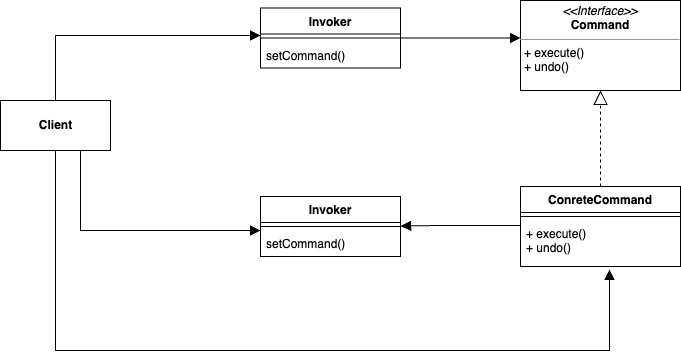
This is content/blog/design-pattern/command-pattern/command-pattern.png from stalker5217/gatsby-stalker5217, a draw.io export, as it was before one commit. Source tidied: cells renumbered, new cells last; positions are measured from the earlier drawing's top-left corner, leaving out a move shared by most shapes. Source of this version:
```xml
<mxGraphModel>
  <root>
    <mxCell id="0" />
    <mxCell id="1" parent="0" />
    <mxCell id="2" style="edgeStyle=orthogonalEdgeStyle;rounded=0;jettySize=auto;html=1;entryX=0;entryY=-0.154;entryDx=0;entryDy=0;entryPerimeter=0;endArrow=block;endFill=1;endSize=8;" parent="1" edge="1" source="3">
      <mxGeometry relative="1" as="geometry">
        <mxPoint x="520" y="37.5" as="targetPoint" />
      </mxGeometry>
    </mxCell>
    <mxCell id="3" value="Invoker" style="swimlane;fontStyle=1;align=center;verticalAlign=top;horizontal=1;startSize=26;" parent="1" vertex="1">
      <mxGeometry x="260" y="7.5" width="140" height="60" as="geometry" />
    </mxCell>
    <mxCell id="4" style="line;strokeWidth=1;fillColor=none;align=left;verticalAlign=middle;spacingTop=-1;spacingLeft=3;spacingRight=3;labelPosition=right;points=[];portConstraint=eastwest;" parent="3" vertex="1">
      <mxGeometry y="26" width="140" height="8" as="geometry" />
    </mxCell>
    <mxCell id="5" value="setCommand()" style="text;strokeColor=none;fillColor=none;align=left;verticalAlign=top;spacingLeft=4;spacingRight=4;overflow=hidden;" parent="3" vertex="1">
      <mxGeometry y="34" width="140" height="26" as="geometry" />
    </mxCell>
    <mxCell id="6" style="edgeStyle=orthogonalEdgeStyle;rounded=0;jettySize=auto;html=1;entryX=0.5;entryY=1;entryDx=0;entryDy=0;endArrow=block;endFill=0;endSize=12;dashed=1;" parent="1" edge="1" source="7" target="10">
      <mxGeometry relative="1" as="geometry" />
    </mxCell>
    <mxCell id="7" value="ConreteCommand" style="swimlane;fontStyle=1;align=center;verticalAlign=top;horizontal=1;startSize=26;" parent="1" vertex="1">
      <mxGeometry x="520" y="186" width="160" height="80" as="geometry" />
    </mxCell>
    <mxCell id="8" style="line;strokeWidth=1;fillColor=none;align=left;verticalAlign=middle;spacingTop=-1;spacingLeft=3;spacingRight=3;labelPosition=right;" parent="7" vertex="1">
      <mxGeometry y="26" width="160" height="8" as="geometry" />
    </mxCell>
    <mxCell id="9" value="+ execute()&#10;+ undo()" style="text;strokeColor=none;fillColor=none;align=left;verticalAlign=top;spacingLeft=4;spacingRight=4;overflow=hidden;points=[[0,0.5],[1,0.5]];portConstraint=eastwest;" parent="7" vertex="1">
      <mxGeometry y="34" width="160" height="46" as="geometry" />
    </mxCell>
    <mxCell id="10" value="&lt;p style=&quot;margin:0px;margin-top:4px;text-align:center;&quot;&gt;&lt;i&gt;&amp;lt;&amp;lt;Interface&amp;gt;&amp;gt;&lt;/i&gt;&lt;br&gt;&lt;b&gt;Command&lt;/b&gt;&lt;/p&gt;&lt;hr size=&quot;1&quot;&gt;&lt;p style=&quot;margin:0px;margin-left:4px;&quot;&gt;+ execute()&lt;/p&gt;&lt;p style=&quot;margin:0px;margin-left:4px;&quot;&gt;+ undo()&lt;/p&gt;" style="verticalAlign=top;align=left;overflow=fill;fontSize=12;fontFamily=Helvetica;html=1;" parent="1" vertex="1">
      <mxGeometry x="520" width="160" height="90" as="geometry" />
    </mxCell>
    <mxCell id="11" value="Invoker" style="swimlane;fontStyle=1;align=center;verticalAlign=top;horizontal=1;startSize=26;" parent="1" vertex="1">
      <mxGeometry x="260" y="196" width="140" height="60" as="geometry" />
    </mxCell>
    <mxCell id="12" style="line;strokeWidth=1;fillColor=none;align=left;verticalAlign=middle;spacingTop=-1;spacingLeft=3;spacingRight=3;labelPosition=right;" parent="11" vertex="1">
      <mxGeometry y="26" width="140" height="8" as="geometry" />
    </mxCell>
    <mxCell id="13" value="setCommand()" style="text;strokeColor=none;fillColor=none;align=left;verticalAlign=top;spacingLeft=4;spacingRight=4;overflow=hidden;points=[[0,0.5],[1,0.5]];portConstraint=eastwest;" parent="11" vertex="1">
      <mxGeometry y="34" width="140" height="26" as="geometry" />
    </mxCell>
    <mxCell id="14" style="edgeStyle=orthogonalEdgeStyle;rounded=0;orthogonalLoop=1;jettySize=auto;html=1;entryX=0;entryY=-0.154;entryDx=0;entryDy=0;entryPerimeter=0;endArrow=block;endFill=1;endSize=8;" parent="1" edge="1">
      <mxGeometry relative="1" as="geometry">
        <mxPoint x="520" y="225" as="sourcePoint" />
        <mxPoint x="400" y="225.5" as="targetPoint" />
        <Array as="points">
          <mxPoint x="440" y="225" />
          <mxPoint x="440" y="225" />
        </Array>
      </mxGeometry>
    </mxCell>
    <mxCell id="15" style="edgeStyle=orthogonalEdgeStyle;rounded=0;jettySize=auto;html=1;entryX=0;entryY=0.188;entryDx=0;entryDy=0;entryPerimeter=0;endArrow=block;endFill=1;endSize=8;" parent="1" edge="1" source="18" target="4">
      <mxGeometry relative="1" as="geometry" />
    </mxCell>
    <mxCell id="16" style="edgeStyle=orthogonalEdgeStyle;rounded=0;jettySize=auto;html=1;entryX=0;entryY=0;entryDx=0;entryDy=0;endArrow=block;endFill=1;endSize=8;entryPerimeter=0;" parent="1" edge="1" source="18" target="13">
      <mxGeometry relative="1" as="geometry">
        <Array as="points">
          <mxPoint x="80" y="230" />
        </Array>
      </mxGeometry>
    </mxCell>
    <mxCell id="17" style="edgeStyle=orthogonalEdgeStyle;rounded=0;jettySize=auto;html=1;entryX=0.556;entryY=1.065;entryDx=0;entryDy=0;entryPerimeter=0;endArrow=block;endFill=1;endSize=8;" parent="1" edge="1" source="18" target="9">
      <mxGeometry relative="1" as="geometry">
        <Array as="points">
          <mxPoint x="55" y="350" />
          <mxPoint x="609" y="350" />
        </Array>
      </mxGeometry>
    </mxCell>
    <mxCell id="18" value="&lt;b&gt;Client&lt;/b&gt;" style="html=1;" parent="1" vertex="1">
      <mxGeometry y="100" width="110" height="50" as="geometry" />
    </mxCell>
  </root>
</mxGraphModel>
```
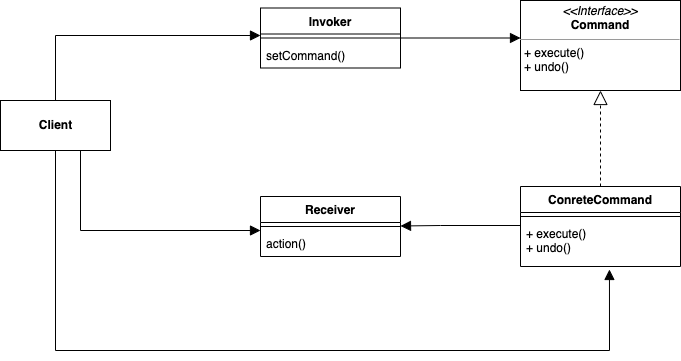
Later version of the same file.

The edit, as a diff of the source:
```diff
@@ -31,13 +31,13 @@
     <mxCell id="10" value="&lt;p style=&quot;margin:0px;margin-top:4px;text-align:center;&quot;&gt;&lt;i&gt;&amp;lt;&amp;lt;Interface&amp;gt;&amp;gt;&lt;/i&gt;&lt;br&gt;&lt;b&gt;Command&lt;/b&gt;&lt;/p&gt;&lt;hr size=&quot;1&quot;&gt;&lt;p style=&quot;margin:0px;margin-left:4px;&quot;&gt;+ execute()&lt;/p&gt;&lt;p style=&quot;margin:0px;margin-left:4px;&quot;&gt;+ undo()&lt;/p&gt;" style="verticalAlign=top;align=left;overflow=fill;fontSize=12;fontFamily=Helvetica;html=1;" parent="1" vertex="1">
       <mxGeometry x="520" width="160" height="90" as="geometry" />
     </mxCell>
-    <mxCell id="11" value="Invoker" style="swimlane;fontStyle=1;align=center;verticalAlign=top;horizontal=1;startSize=26;" parent="1" vertex="1">
+    <mxCell id="11" value="Receiver" style="swimlane;fontStyle=1;align=center;verticalAlign=top;horizontal=1;startSize=26;" parent="1" vertex="1">
       <mxGeometry x="260" y="196" width="140" height="60" as="geometry" />
     </mxCell>
     <mxCell id="12" style="line;strokeWidth=1;fillColor=none;align=left;verticalAlign=middle;spacingTop=-1;spacingLeft=3;spacingRight=3;labelPosition=right;" parent="11" vertex="1">
       <mxGeometry y="26" width="140" height="8" as="geometry" />
     </mxCell>
-    <mxCell id="13" value="setCommand()" style="text;strokeColor=none;fillColor=none;align=left;verticalAlign=top;spacingLeft=4;spacingRight=4;overflow=hidden;points=[[0,0.5],[1,0.5]];portConstraint=eastwest;" parent="11" vertex="1">
+    <mxCell id="13" value="action()" style="text;strokeColor=none;fillColor=none;align=left;verticalAlign=top;spacingLeft=4;spacingRight=4;overflow=hidden;points=[[0,0.5],[1,0.5]];portConstraint=eastwest;" parent="11" vertex="1">
       <mxGeometry y="34" width="140" height="26" as="geometry" />
     </mxCell>
     <mxCell id="14" style="edgeStyle=orthogonalEdgeStyle;rounded=0;orthogonalLoop=1;jettySize=auto;html=1;entryX=0;entryY=-0.154;entryDx=0;entryDy=0;entryPerimeter=0;endArrow=block;endFill=1;endSize=8;" parent="1" edge="1">
```
